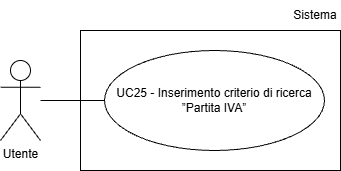
Above: assets/Use_Case_Diagrams/UC25.png in Team-Three-Technologies/Documenti (draw.io), before the change. Source tidied: cells renumbered, new cells last; positions are measured from the earlier drawing's top-left corner, leaving out a move shared by most shapes.
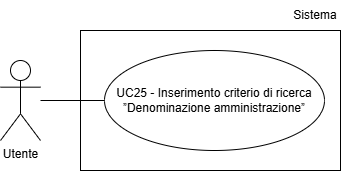
After the commit.

Diff of the diagram source:
```diff
@@ -5,14 +5,14 @@
     <mxCell id="2" value="Utente" style="shape=umlActor;verticalLabelPosition=bottom;verticalAlign=top;html=1;" parent="1" vertex="1">
       <mxGeometry y="60" width="40" height="80" as="geometry" />
     </mxCell>
-    <mxCell id="3" value="UC25 - Inserimento criterio di ricerca ”Partita IVA”" style="ellipse;whiteSpace=wrap;html=1;align=center;" parent="1" vertex="1">
-      <mxGeometry x="104" y="50" width="220" height="100" as="geometry" />
-    </mxCell>
-    <mxCell id="4" style="endArrow=none;html=1;rounded=0;entryX=0;entryY=0.5;entryDx=0;entryDy=0;" parent="1" edge="1" target="3">
-      <mxGeometry relative="1" as="geometry">
-        <mxPoint x="40" y="100" as="sourcePoint" />
-      </mxGeometry>
-    </mxCell>
+    <mxCell id="7" value="UC25 - Inserimento criterio di ricerca ”Denominazione amministrazione”" style="ellipse;whiteSpace=wrap;html=1;align=center;" parent="1" vertex="1">
+      <mxGeometry x="104" y="50" width="220" height="100" as="geometry" />
+    </mxCell>
+    <mxCell id="8" style="endArrow=none;html=1;rounded=0;entryX=0;entryY=0.5;entryDx=0;entryDy=0;" parent="1" edge="1" target="7">
+      <mxGeometry relative="1" as="geometry">
+        <mxPoint x="40" y="100" as="sourcePoint" />
+      </mxGeometry>
+    </mxCell>
     <mxCell id="5" style="rounded=0;whiteSpace=wrap;html=1;fillColor=none;" parent="1" vertex="1">
       <mxGeometry x="80" y="30" width="260" height="140" as="geometry" />
     </mxCell>
```
